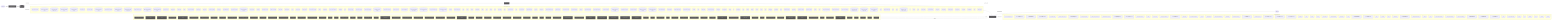
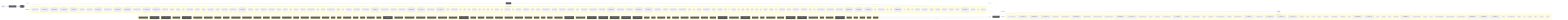
flowchart LR
  UserQ(["👤 User Query"])
  Embed["📐 Embedding Model"]
  VecDB[("📚 Vector Store")]
  Retriever["🔍 Retriever"]
  LLMNode["🧠 LLM / Generator"]
  Output(["✅ Response"])
  UserQ -->|query| Embed
  Embed -->|vector| VecDB
  VecDB -->|top-k chunks| Retriever
  Retriever -->|context + query| LLMNode
  LLMNode -->|generated answer| Output
  subgraph DetectedMemory["Detected memory stores"]
    det_detectedmemory_check_gitbook_readiness_33bdca76[("check-gitbook-readiness")]
    det_detectedmemory_check_steering_feedback_contract_80134459[("check-steering-feedback-contract")]
    det_detectedmemory_prompt_context_drift_validate_runner_c8ecc6f5[("prompt-context-drift-validate-runner")]
    det_detectedmemory_prompt_context_drift_write_runner_69e6a4fd[("prompt-context-drift-write-runner")]
    det_detectedmemory_normalize_workflow_contracts_8701f1c8[("normalize-workflow-contracts")]
    det_detectedmemory_run_harness_evals_77704768[("run-harness-evals")]
    det_detectedmemory_sync_codex_preflight_7e7a8dc2[("sync-codex-preflight")]
    det_detectedmemory_test_harness_upgrade_matrix_84113c4e[("test-harness-upgrade-matrix")]
    det_detectedmemory_validate_prompt_context_drift_8c949ef6[("validate-prompt-context-drift")]
    det_detectedmemory_validate_runtime_packet_schemas_bc3ba8ec[("validate-runtime-packet-schemas")]
    det_detectedmemory_validate_system_prompt_gap_adoption_62d8c955[("validate-system-prompt-gap-adoption")]
    det_detectedmemory_validate_workflow_contracts_33dc063c[("validate-workflow-contracts")]
    det_detectedmemory_write_agent_native_ratchet_report_67cdbeea[("write-agent-native-ratchet-report")]
    det_detectedmemory_write_prompt_context_drift_report_71a4e149[("write-prompt-context-drift-report")]
    det_detectedmemory_branch_protect_core_a8feb0fd[("branch-protect-core")]
    det_detectedmemory_ci_migrate_core_7005b5af[("ci-migrate-core")]
    det_detectedmemory_context_health_80bb7da9[("context-health")]
    det_detectedmemory_context_ea7792a2[("context")]
    det_detectedmemory_docs_gate_classification_2f51c90b[("docs-gate-classification")]
    det_detectedmemory_docs_gate_types_d285abb6[("docs-gate-types")]
    det_detectedmemory_index_context_de3ed39d[("index-context")]
    det_detectedmemory_local_memory_preflight_dcc36c42[("local-memory-preflight")]
    det_detectedmemory_memory_gate_a577a506[("memory-gate")]
    det_detectedmemory_next_orientation_meta_3a6af72b[("next-orientation-meta")]
    det_detectedmemory_next_prompt_context_drift_3c5a93d5[("next-prompt-context-drift")]
    det_detectedmemory_next_recommendation_decisions_03315dd4[("next-recommendation-decisions")]
    det_detectedmemory_next_runner_state_be6fe997[("next-runner-state")]
    det_detectedmemory_next_runner_41643472[("next-runner")]
    det_detectedmemory_next_synaipse_context_8436b36b[("next-synaipse-context")]
    det_detectedmemory_pattern_scope_siblings_43abe000[("pattern-scope-siblings")]
    det_detectedmemory_review_context_ca6cf81d[("review-context")]
    det_detectedmemory_review_gate_core_4c8001f9[("review-gate-core")]
    det_detectedmemory_search_24193290[("search")]
    det_detectedmemory_session_context_e5ec72c0[("session-context")]
    det_detectedmemory_tooling_audit_core_328d6a41[("tooling-audit-core")]
    det_detectedmemory_run_local_memory_preflight_36e92808[("run-local-memory-preflight")]
    det_detectedmemory_checker_d2d2328e[("checker")]
    det_detectedmemory_context_health_1_ceb11829[("context-health")]
    det_detectedmemory_prompt_context_drift_surface_c1e30b42[("prompt-context-drift-surface")]
    det_detectedmemory_test_fixtures_c2f936b0[("test-fixtures")]
    det_detectedmemory_types_2_d9bc6e7a[("types")]
    det_detectedmemory_branch_protect_sync_570adb18[("branch-protect-sync")]
    det_detectedmemory_builtin_command_specs_ac7d392e[("builtin-command-specs")]
    det_detectedmemory_command_capability_rules_ca3f496a[("command-capability-rules")]
    det_detectedmemory_command_expected_artifacts_6469c2fb[("command-expected-artifacts")]
    det_detectedmemory_command_invocation_effects_fbc96da5[("command-invocation-effects")]
    det_detectedmemory_command_specs_core_1c0ffc99[("command-specs-core")]
    det_detectedmemory_command_visibility_rules_83c6a86a[("command-visibility-rules")]
    det_detectedmemory_local_memory_preflight_command_spec_9e23f3ce[("local-memory-preflight-command-spec")]
    det_detectedmemory_memory_gate_command_spec_dc9001a9[("memory-gate-command-spec")]
    det_detectedmemory_review_gate_command_spec_3187376a[("review-gate-command-spec")]
    det_detectedmemory_session_context_command_spec_973afbb1[("session-context-command-spec")]
    det_detectedmemory_constants_7517017f[("constants")]
    det_detectedmemory_context_compact_policy_3dcaf95d[("context-compact-policy")]
    det_detectedmemory_index_3_7e40d474[("index")]
    det_detectedmemory_indexer_70fa78e5[("indexer")]
    det_detectedmemory_init_error_5c7dd49f[("init-error")]
    det_detectedmemory_lexical_fallback_723e2b3e[("lexical-fallback")]
    det_detectedmemory_ollama_76e3c7bf[("ollama")]
    det_detectedmemory_rollout_a4fa034c[("rollout")]
    det_detectedmemory_sources_878a52fc[("sources")]
    det_detectedmemory_store_824d80d7[("store")]
    det_detectedmemory_sync_contract_c79fa191[("sync-contract")]
    det_detectedmemory_types_8_f6283648[("types")]
    det_detectedmemory_harness_run_context_ac7c77a9[("harness-run-context")]
    det_detectedmemory_index_4_013aa0e3[("index")]
    det_detectedmemory_json_schema_core_96d7e328[("json-schema-core")]
    det_detectedmemory_policy_validators_core_714a3fe7[("policy-validators-core")]
    det_detectedmemory_types_core_e405ddca[("types-core")]
    det_detectedmemory_validator_core_4358f8ba[("validator-core")]
    det_detectedmemory_archive_candidates_scanner_d0931789[("archive-candidates-scanner")]
    det_detectedmemory_archive_candidates_dc0e40e1[("archive-candidates")]
    det_detectedmemory_docs_task_eval_contract_79347457[("docs-task-eval-contract")]
    det_detectedmemory_docs_task_eval_fixtures_44902755[("docs-task-eval-fixtures")]
    det_detectedmemory_init_modes_c05ceb07[("init-modes")]
    det_detectedmemory_project_brain_templates_7ef51530[("project-brain-templates")]
    det_detectedmemory_scaffold_diagram_templates_dd88e83c[("scaffold-diagram-templates")]
    det_detectedmemory_scaffold_doc_templates_f6152330[("scaffold-doc-templates")]
    det_detectedmemory_scaffold_environment_templates_c1ceba6a[("scaffold-environment-templates")]
    det_detectedmemory_scaffold_gitbook_templates_76afd03a[("scaffold-gitbook-templates")]
    det_detectedmemory_scaffold_hook_templates_8c74ab50[("scaffold-hook-templates")]
    det_detectedmemory_scaffold_root_command_templates_404fed7f[("scaffold-root-command-templates")]
    det_detectedmemory_scaffold_script_template_registry_69312d4e[("scaffold-script-template-registry")]
    det_detectedmemory_scaffold_shell_templates_0ad0f915[("scaffold-shell-templates")]
    det_detectedmemory_scaffold_surfaces_12d6494e[("scaffold-surfaces")]
    det_detectedmemory_scaffold_template_registry_b1cce2aa[("scaffold-template-registry")]
    det_detectedmemory_scaffold_workflow_template_92310587[("scaffold-workflow-template")]
    det_detectedmemory_eval_seed_5699fd3e[("eval-seed")]
    det_detectedmemory_index_10_f6785a46[("index")]
    det_detectedmemory_review_context_1_e3afed15[("review-context")]
    det_detectedmemory_review_learning_closeout_b7fa3b8e[("review-learning-closeout")]
    det_detectedmemory_memory_gate_1_265164ac[("memory-gate")]
    det_detectedmemory_branch_enforcer_acb749cd[("branch-enforcer")]
    det_detectedmemory_cli_args_5_09ea29f0[("cli-args")]
    det_detectedmemory_cli_7_dc4a9f7f[("cli")]
    det_detectedmemory_metrics_tracker_98cec29c[("metrics-tracker")]
    det_detectedmemory_types_20_071a0112[("types")]
    det_detectedmemory_validator_5_b19ac2be[("validator")]
    det_detectedmemory_classifier_fe1991a9[("classifier")]
    det_detectedmemory_collector_0736fd5b[("collector")]
    det_detectedmemory_context_1_2c2d8aa6[("context")]
    det_detectedmemory_types_22_f3cf4a73[("types")]
    det_detectedmemory_tooling_paths_560ac80d[("tooling-paths")]
    det_detectedmemory_claim_helpers_20dc8387[("claim-helpers")]
    det_detectedmemory_types_26_a5814179[("types")]
    det_detectedmemory_local_memory_smoke_1175abfc[("local-memory-smoke")]
    det_detectedmemory_local_memory_0db17ecc[("local-memory")]
    det_detectedmemory_performance_overload_c685bfcf[("performance-overload")]
    det_detectedmemory_suggestion_generator_0956f794[("suggestion-generator")]
    det_detectedmemory_git_head_7346fd6a[("git-head")]
    det_detectedmemory_index_12_762ec91b[("index")]
    det_detectedmemory_prompt_context_drift_builder_a451c7dd[("prompt-context-drift-builder")]
    det_detectedmemory_prompt_context_drift_report_3257a95c[("prompt-context-drift-report")]
    det_detectedmemory_prompt_context_drift_types_ba6863d4[("prompt-context-drift-types")]
    det_detectedmemory_prompt_context_drift_validation_evidence_21f0336f[("prompt-context-drift-validation-evidence")]
    det_detectedmemory_prompt_context_drift_validation_utils_2285f4ac[("prompt-context-drift-validation-utils")]
    det_detectedmemory_prompt_context_drift_validation_8fc01719[("prompt-context-drift-validation")]
    det_detectedmemory_index_13_97df39c8[("index")]
    det_detectedmemory_prompt_context_receipt_17b862b2[("prompt-context-receipt")]
    det_detectedmemory_types_33_16e22a82[("types")]
    det_detectedmemory_policy_1_fc4198db[("policy")]
    det_detectedmemory_runtime_card_codex_runtime_validation_d8ce9934[("runtime-card-codex-runtime-validation")]
    det_detectedmemory_cli_13_ae2ba749[("cli")]
    det_detectedmemory_collector_1_bc604d2a[("collector")]
    det_detectedmemory_types_36_674380ec[("types")]
    det_detectedmemory_context_contract_aaa6fb53[("context-contract")]
    det_detectedmemory_context_observations_3c057ab7[("context-observations")]
    det_detectedmemory_context_plane_eb195522[("context-plane")]
    det_detectedmemory_context_privacy_d82295ee[("context-privacy")]
    det_detectedmemory_context_projection_e9599558[("context-projection")]
    det_detectedmemory_context_provider_51137c0d[("context-provider")]
    det_detectedmemory_context_task_1d1d0361[("context-task")]
+     det_detectedmemory_packet_consolidation_contract_293284fb[("packet-consolidation-contract")]
    det_detectedmemory_state_validation_8c9cb007[("state-validation")]
    det_detectedmemory_state_4ba69735[("state")]
    det_detectedmemory_overload_guard_2748c559[("overload-guard")]
  end
  VecDB -. "implemented by" .-> DetectedMemory
  subgraph DetectedLLM["Detected LLM clients"]
    det_detectedllm_check_codex_agent_roles_5bb2e89b["check-codex-agent-roles"]
    det_detectedllm_check_steering_feedback_contract_80134459["check-steering-feedback-contract"]
    det_detectedllm_prompt_context_drift_validate_runner_c8ecc6f5["prompt-context-drift-validate-runner"]
    det_detectedllm_prompt_context_drift_write_runner_69e6a4fd["prompt-context-drift-write-runner"]
    det_detectedllm_run_harness_evals_77704768["run-harness-evals"]
    det_detectedllm_validate_decision_request_2e5c325e["validate-decision-request"]
    det_detectedllm_validate_goal_completion_audit_receipt_100d252c["validate-goal-completion-audit-receipt"]
    det_detectedllm_validate_packaged_skill_5e32c890["validate-packaged-skill"]
    det_detectedllm_validate_prompt_context_drift_8c949ef6["validate-prompt-context-drift"]
    det_detectedllm_validate_reviewer_coverage_251efee3["validate-reviewer-coverage"]
    det_detectedllm_validate_system_prompt_gap_adoption_62d8c955["validate-system-prompt-gap-adoption"]
    det_detectedllm_write_prompt_context_drift_report_71a4e149["write-prompt-context-drift-report"]
    det_detectedllm_check_environment_core_2c16213f["check-environment-core"]
    det_detectedllm_context_ea7792a2["context"]
    det_detectedllm_index_context_de3ed39d["index-context"]
    det_detectedllm_next_prompt_context_drift_3c5a93d5["next-prompt-context-drift"]
    det_detectedllm_next_recommendation_decisions_03315dd4["next-recommendation-decisions"]
    det_detectedllm_prompt_gate_c5e9d207["prompt-gate"]
    det_detectedllm_remediate_runner_helpers_929fedcc["remediate-runner-helpers"]
    det_detectedllm_search_24193290["search"]
    det_detectedllm_context_health_1_ceb11829["context-health"]
    det_detectedllm_prompt_context_drift_surface_c1e30b42["prompt-context-drift-surface"]
    det_detectedllm_test_fixtures_c2f936b0["test-fixtures"]
    det_detectedllm_builtin_command_specs_ac7d392e["builtin-command-specs"]
    det_detectedllm_command_expected_artifacts_6469c2fb["command-expected-artifacts"]
    det_detectedllm_command_specs_core_1c0ffc99["command-specs-core"]
    det_detectedllm_pilot_evaluate_command_spec_1084ea72["pilot-evaluate-command-spec"]
    det_detectedllm_pilot_rollback_command_spec_4fe69f7d["pilot-rollback-command-spec"]
    det_detectedllm_prompt_gate_command_spec_9a941482["prompt-gate-command-spec"]
    det_detectedllm_constants_7517017f["constants"]
    det_detectedllm_index_3_7e40d474["index"]
    det_detectedllm_indexer_70fa78e5["indexer"]
    det_detectedllm_ollama_76e3c7bf["ollama"]
    det_detectedllm_sync_contract_c79fa191["sync-contract"]
    det_detectedllm_north_star_validators_cfc926ce["north-star-validators"]
    det_detectedllm_hilt_boundary_9b36fb15["hilt-boundary"]
    det_detectedllm_types_10_75e5a4a0["types"]
    det_detectedllm_goal_completion_audit_receipt_validation_9d0f4891["goal-completion-audit-receipt-validation"]
    det_detectedllm_goal_completion_audit_receipt_5e4939c3["goal-completion-audit-receipt"]
    det_detectedllm_index_5_522f772a["index"]
    det_detectedllm_constants_1_a84e15f0["constants"]
    det_detectedllm_types_18_37582e2a["types"]
    det_detectedllm_sensitive_text_7c11f760["sensitive-text"]
    det_detectedllm_pr_template_linked_issue_relationship_a7b61f2c["pr-template-linked-issue-relationship"]
    det_detectedllm_pr_template_validator_rules_20a32d6b["pr-template-validator-rules"]
    det_detectedllm_git_head_7346fd6a["git-head"]
    det_detectedllm_index_12_762ec91b["index"]
    det_detectedllm_prompt_context_drift_builder_a451c7dd["prompt-context-drift-builder"]
    det_detectedllm_prompt_context_drift_report_3257a95c["prompt-context-drift-report"]
    det_detectedllm_prompt_context_drift_types_ba6863d4["prompt-context-drift-types"]
    det_detectedllm_prompt_context_drift_validation_evidence_21f0336f["prompt-context-drift-validation-evidence"]
    det_detectedllm_prompt_context_drift_validation_utils_2285f4ac["prompt-context-drift-validation-utils"]
    det_detectedllm_prompt_context_drift_validation_8fc01719["prompt-context-drift-validation"]
    det_detectedllm_index_13_97df39c8["index"]
    det_detectedllm_prompt_context_receipt_17b862b2["prompt-context-receipt"]
    det_detectedllm_cli_args_9_9c136878["cli-args"]
    det_detectedllm_cli_12_01c06c37["cli"]
    det_detectedllm_sections_4697ef32["sections"]
    det_detectedllm_types_29_929d5a70["types"]
    det_detectedllm_validator_7_f836eb0e["validator"]
    det_detectedllm_cli_args_10_861cdd3f["cli-args"]
  end
  LLMNode -. "implemented by" .-> DetectedLLM
  subgraph DetectedTools["Agentic tool calls"]
    det_detectedtools_check_codex_agent_roles_5bb2e89b["🔧 check-codex-agent-roles"]
    det_detectedtools_check_steering_feedback_contract_80134459["🔧 check-steering-feedback-contract"]
    det_detectedtools_check_tooling_baseline_parity_3124b30a["🔧 check-tooling-baseline-parity"]
    det_detectedtools_run_harness_evals_77704768["🔧 run-harness-evals"]
    det_detectedtools_validate_action_review_receipt_fa2f06c3["🔧 validate-action-review-receipt"]
    det_detectedtools_validate_packaged_skill_5e32c890["🔧 validate-packaged-skill"]
    det_detectedtools_validate_replay_packet_f309747e["🔧 validate-replay-packet"]
    det_detectedtools_ci_migrate_core_7005b5af["🔧 ci-migrate-core"]
    det_detectedtools_doctor_checks_5a2eb2b9["🔧 doctor-checks"]
    det_detectedtools_doctor_github_tool_check_e0a938df["🔧 doctor-github-tool-check"]
    det_detectedtools_doctor_github_tool_checks_a53b0382["🔧 doctor-github-tool-checks"]
    det_detectedtools_doctor_tool_checks_4acac51a["🔧 doctor-tool-checks"]
    det_detectedtools_fleet_plan_repo_ecdc6499["🔧 fleet-plan-repo"]
    det_detectedtools_next_blocked_decisions_4140ad2b["🔧 next-blocked-decisions"]
    det_detectedtools_next_pr_closeout_contract_af31d30a["🔧 next-pr-closeout-contract"]
    det_detectedtools_policy_gate_213f7313["🔧 policy-gate"]
    det_detectedtools_remediate_cli_output_cc165396["🔧 remediate-cli-output"]
    det_detectedtools_remediate_runner_helpers_929fedcc["🔧 remediate-runner-helpers"]
    det_detectedtools_review_gate_core_4c8001f9["🔧 review-gate-core"]
    det_detectedtools_index_1bc04b52["🔧 index"]
    det_detectedtools_types_1_4ecdf56e["🔧 types"]
    det_detectedtools_validation_constants_e002a0f6["🔧 validation-constants"]
    det_detectedtools_validation_98c41dcd["🔧 validation"]
    det_detectedtools_checker_d2d2328e["🔧 checker"]
    det_detectedtools_shared_state_policy_edc9c4db["🔧 shared-state-policy"]
    det_detectedtools_cli_args_1_6144b055["🔧 cli-args"]
    det_detectedtools_command_agent_native_capability_rules_b491ef6c["🔧 command-agent-native-capability-rules"]
    det_detectedtools_command_capabilities_a4d5c71e["🔧 command-capabilities"]
    det_detectedtools_command_capability_rules_ca3f496a["🔧 command-capability-rules"]
    det_detectedtools_command_visibility_rules_83c6a86a["🔧 command-visibility-rules"]
    det_detectedtools_linear_command_actions_e430f4f4["🔧 linear-command-actions"]
    det_detectedtools_linear_command_runner_4a740dfc["🔧 linear-command-runner"]
    det_detectedtools_policy_validators_core_714a3fe7["🔧 policy-validators-core"]
    det_detectedtools_shared_state_action_validator_e7b128cd["🔧 shared-state-action-validator"]
    det_detectedtools_types_core_e405ddca["🔧 types-core"]
    det_detectedtools_validator_core_4358f8ba["🔧 validator-core"]
    det_detectedtools_validator_helpers_7b927667["🔧 validator-helpers"]
    det_detectedtools_he_phase_exit_core_1148895b["🔧 he-phase-exit-core"]
    det_detectedtools_environment_runtime_3206f0a8["🔧 environment-runtime"]
    det_detectedtools_observed_skill_usage_ed7d5930["🔧 observed-skill-usage"]
    det_detectedtools_closure_evidence_aaa31467["🔧 closure-evidence"]
    det_detectedtools_pr_creator_dc6b1ea4["🔧 pr-creator"]
    det_detectedtools_client_948fe603["🔧 client"]
    det_detectedtools_init_output_360dce91["🔧 init-output"]
    det_detectedtools_scaffold_ci_templates_2afd6392["🔧 scaffold-ci-templates"]
    det_detectedtools_scaffold_codex_environment_templates_334fbbed["🔧 scaffold-codex-environment-templates"]
    det_detectedtools_scaffold_config_templates_4b80ce53["🔧 scaffold-config-templates"]
    det_detectedtools_scaffold_environment_templates_c1ceba6a["🔧 scaffold-environment-templates"]
    det_detectedtools_scaffold_github_actions_pr_pipeline_renderer_1ee18de5["🔧 scaffold-github-actions-pr-pipeline-renderer"]
    det_detectedtools_scaffold_github_actions_pr_pipeline_template_e2b85f62["🔧 scaffold-github-actions-pr-pipeline-template"]
    det_detectedtools_scaffold_package_command_template_80e32e83["🔧 scaffold-package-command-template"]
    det_detectedtools_scaffold_release_private_npm_template_075499f8["🔧 scaffold-release-private-npm-template"]
    det_detectedtools_constants_1_a84e15f0["🔧 constants"]
    det_detectedtools_index_9_32dd4d91["🔧 index"]
    det_detectedtools_validation_common_6161e48b["🔧 validation-common"]
    det_detectedtools_cli_7_dc4a9f7f["🔧 cli"]
    det_detectedtools_metrics_tracker_98cec29c["🔧 metrics-tracker"]
    det_detectedtools_normalise_renderer_85f2e563["🔧 normalise-renderer"]
    det_detectedtools_evaluation_engine_core_e054fe49["🔧 evaluation-engine-core"]
    det_detectedtools_tooling_baseline_50ab2eeb["🔧 tooling-baseline"]
    det_detectedtools_tooling_paths_560ac80d["🔧 tooling-paths"]
    det_detectedtools_prompt_context_drift_report_3257a95c["🔧 prompt-context-drift-report"]
    det_detectedtools_prompt_context_drift_types_ba6863d4["🔧 prompt-context-drift-types"]
    det_detectedtools_prompt_context_drift_validation_utils_2285f4ac["🔧 prompt-context-drift-validation-utils"]
    det_detectedtools_replay_packet_a1293f88["🔧 replay-packet"]
    det_detectedtools_index_14_d982116c["🔧 index"]
    det_detectedtools_review_lifecycle_contract_e5447221["🔧 review-lifecycle-contract"]
    det_detectedtools_review_lifecycle_89afa64c["🔧 review-lifecycle"]
    det_detectedtools_runtime_card_codex_runtime_validation_d8ce9934["🔧 runtime-card-codex-runtime-validation"]
    det_detectedtools_runtime_card_codex_runtime_0655e230["🔧 runtime-card-codex-runtime"]
    det_detectedtools_runtime_evidence_bundle_d471a232["🔧 runtime-evidence-bundle"]
    det_detectedtools_types_38_e8efcd57["🔧 types"]
    det_detectedtools_transition_contract_0732d034["🔧 transition-contract"]
    det_detectedtools_transition_recovery_validation_e06db55b["🔧 transition-recovery-validation"]
    det_detectedtools_transition_70dd37c1["🔧 transition"]
    det_detectedtools_index_17_642943a2["🔧 index"]
    det_detectedtools_projection_1b250ea1["🔧 projection"]
    det_detectedtools_types_40_c7e41f89["🔧 types"]
    det_detectedtools_validation_8_b9fa10af["🔧 validation"]
  end
  LLMNode -->|tool use| DetectedTools
  DetectedTools -->|result| LLMNode
  classDef memNode fill:#555,color:#fff
  class VecDB,Retriever memNode
  classDef llmNode fill:#555,color:#fff
  class LLMNode,Embed llmNode
  classDef toolNode fill:#555,color:#fff
  class det_detectedtools_check_codex_agent_roles_5bb2e89b,det_detectedtools_check_steering_feedback_contract_80134459,det_detectedtools_check_tooling_baseline_parity_3124b30a,det_detectedtools_run_harness_evals_77704768,det_detectedtools_validate_action_review_receipt_fa2f06c3,det_detectedtools_validate_packaged_skill_5e32c890,det_detectedtools_validate_replay_packet_f309747e,det_detectedtools_ci_migrate_core_7005b5af,det_detectedtools_doctor_checks_5a2eb2b9,det_detectedtools_doctor_github_tool_check_e0a938df,det_detectedtools_doctor_github_tool_checks_a53b0382,det_detectedtools_doctor_tool_checks_4acac51a,det_detectedtools_fleet_plan_repo_ecdc6499,det_detectedtools_next_blocked_decisions_4140ad2b,det_detectedtools_next_pr_closeout_contract_af31d30a,det_detectedtools_policy_gate_213f7313,det_detectedtools_remediate_cli_output_cc165396,det_detectedtools_remediate_runner_helpers_929fedcc,det_detectedtools_review_gate_core_4c8001f9,det_detectedtools_index_1bc04b52,det_detectedtools_types_1_4ecdf56e,det_detectedtools_validation_constants_e002a0f6,det_detectedtools_validation_98c41dcd,det_detectedtools_checker_d2d2328e,det_detectedtools_shared_state_policy_edc9c4db,det_detectedtools_cli_args_1_6144b055,det_detectedtools_command_agent_native_capability_rules_b491ef6c,det_detectedtools_command_capabilities_a4d5c71e,det_detectedtools_command_capability_rules_ca3f496a,det_detectedtools_command_visibility_rules_83c6a86a,det_detectedtools_linear_command_actions_e430f4f4,det_detectedtools_linear_command_runner_4a740dfc,det_detectedtools_policy_validators_core_714a3fe7,det_detectedtools_shared_state_action_validator_e7b128cd,det_detectedtools_types_core_e405ddca,det_detectedtools_validator_core_4358f8ba,det_detectedtools_validator_helpers_7b927667,det_detectedtools_he_phase_exit_core_1148895b,det_detectedtools_environment_runtime_3206f0a8,det_detectedtools_observed_skill_usage_ed7d5930,det_detectedtools_closure_evidence_aaa31467,det_detectedtools_pr_creator_dc6b1ea4,det_detectedtools_client_948fe603,det_detectedtools_init_output_360dce91,det_detectedtools_scaffold_ci_templates_2afd6392,det_detectedtools_scaffold_codex_environment_templates_334fbbed,det_detectedtools_scaffold_config_templates_4b80ce53,det_detectedtools_scaffold_environment_templates_c1ceba6a,det_detectedtools_scaffold_github_actions_pr_pipeline_renderer_1ee18de5,det_detectedtools_scaffold_github_actions_pr_pipeline_template_e2b85f62,det_detectedtools_scaffold_package_command_template_80e32e83,det_detectedtools_scaffold_release_private_npm_template_075499f8,det_detectedtools_constants_1_a84e15f0,det_detectedtools_index_9_32dd4d91,det_detectedtools_validation_common_6161e48b,det_detectedtools_cli_7_dc4a9f7f,det_detectedtools_metrics_tracker_98cec29c,det_detectedtools_normalise_renderer_85f2e563,det_detectedtools_evaluation_engine_core_e054fe49,det_detectedtools_tooling_baseline_50ab2eeb,det_detectedtools_tooling_paths_560ac80d,det_detectedtools_prompt_context_drift_report_3257a95c,det_detectedtools_prompt_context_drift_types_ba6863d4,det_detectedtools_prompt_context_drift_validation_utils_2285f4ac,det_detectedtools_replay_packet_a1293f88,det_detectedtools_index_14_d982116c,det_detectedtools_review_lifecycle_contract_e5447221,det_detectedtools_review_lifecycle_89afa64c,det_detectedtools_runtime_card_codex_runtime_validation_d8ce9934,det_detectedtools_runtime_card_codex_runtime_0655e230,det_detectedtools_runtime_evidence_bundle_d471a232,det_detectedtools_types_38_e8efcd57,det_detectedtools_transition_contract_0732d034,det_detectedtools_transition_recovery_validation_e06db55b,det_detectedtools_transition_70dd37c1,det_detectedtools_index_17_642943a2,det_detectedtools_projection_1b250ea1,det_detectedtools_types_40_c7e41f89,det_detectedtools_validation_8_b9fa10af toolNode
